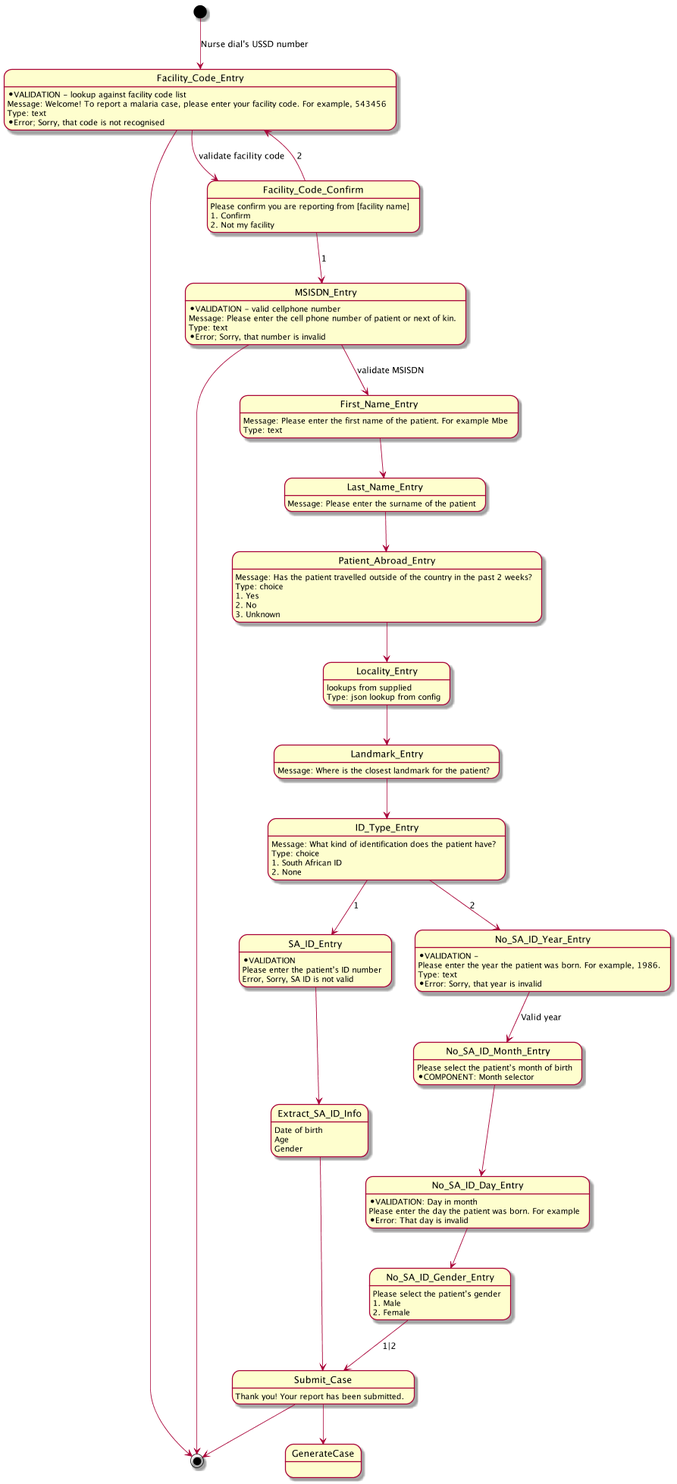
Above: State.png in praekeltfoundation/go-jsbox-malaria24 (PlantUML), before the change. Source of this version:
```plantuml
@startuml
scale 900 width


[*] --> Facility_Code_Entry : Nurse dial's USSD number

Facility_Code_Entry : *VALIDATION - lookup against facility code list
Facility_Code_Entry : Message: Welcome! To report a malaria case, please enter your facility code. For example, 543456
Facility_Code_Entry : Type: text
Facility_Code_Entry : *Error; Sorry, that code is not recognised
Facility_Code_Entry --> [*]
Facility_Code_Entry --> Facility_Code_Confirm : validate facility code

Facility_Code_Confirm : Please confirm you are reporting from [facility name]
Facility_Code_Confirm : 1. Confirm
Facility_Code_Confirm : 2. Not my facility
Facility_Code_Confirm --> MSISDN_Entry : 1
Facility_Code_Confirm --> Facility_Code_Entry : 2

MSISDN_Entry : *VALIDATION - valid cellphone number
MSISDN_Entry : Message: Please enter the cell phone number of patient or next of kin.
MSISDN_Entry : Type: text
MSISDN_Entry : *Error; Sorry, that number is invalid
MSISDN_Entry --> [*]
MSISDN_Entry --> First_Name_Entry : validate MSISDN

First_Name_Entry : Message: Please enter the first name of the patient. For example Mbe
First_Name_Entry : Type: text
First_Name_Entry --> Last_Name_Entry

Last_Name_Entry : Message: Please enter the surname of the patient
Last_Name_Entry --> Patient_Abroad_Entry

Patient_Abroad_Entry : Message: Has the patient travelled outside of the country in the past 2 weeks?
Patient_Abroad_Entry: Type: choice
Patient_Abroad_Entry: 1. Yes
Patient_Abroad_Entry : 2. No
Patient_Abroad_Entry : 3. Unknown
Patient_Abroad_Entry --> Locality_Entry

Locality_Entry : lookups from supplied
Locality_Entry : Type: json lookup from config
Locality_Entry --> Landmark_Entry


Landmark_Entry: Message: Where is the closest landmark for the patient?
Landmark_Entry --> ID_Type_Entry

ID_Type_Entry : Message: What kind of identification does the patient have?
ID_Type_Entry : Type: choice
ID_Type_Entry : 1. South African ID
ID_Type_Entry : 2. None
ID_Type_Entry --> SA_ID_Entry : 1
ID_Type_Entry --> No_SA_ID_Year_Entry : 2

No_SA_ID_Year_Entry : *VALIDATION -
No_SA_ID_Year_Entry : Please enter the year the patient was born. For example, 1986.
No_SA_ID_Year_Entry : Type: text
No_SA_ID_Year_Entry : *Error: Sorry, that year is invalid

No_SA_ID_Year_Entry --> No_SA_ID_Month_Entry : Valid year
No_SA_ID_Month_Entry : Please select the patient?s month of birth
No_SA_ID_Month_Entry : * COMPONENT: Month selector
No_SA_ID_Month_Entry --> No_SA_ID_Day_Entry

No_SA_ID_Day_Entry : *VALIDATION: Day in month
No_SA_ID_Day_Entry : Please enter the day the patient was born. For example
No_SA_ID_Day_Entry : *Error: That day is invalid
No_SA_ID_Day_Entry --> No_SA_ID_Gender_Entry

No_SA_ID_Gender_Entry : Please select the patient?s gender
No_SA_ID_Gender_Entry : 1. Male
No_SA_ID_Gender_Entry : 2. Female
No_SA_ID_Gender_Entry --> Submit_Case : 1|2

SA_ID_Entry : *VALIDATION
SA_ID_Entry : Please enter the patient?s ID number
SA_ID_Entry: Error, Sorry, SA ID is not valid
SA_ID_Entry --> Extract_SA_ID_Info

Extract_SA_ID_Info --> Submit_Case
Extract_SA_ID_Info : Date of birth
Extract_SA_ID_Info : Age
Extract_SA_ID_Info : Gender

Submit_Case --> [*]

Submit_Case: Thank you! Your report has been submitted.
Submit_Case --> GenerateCase

@enduml
```
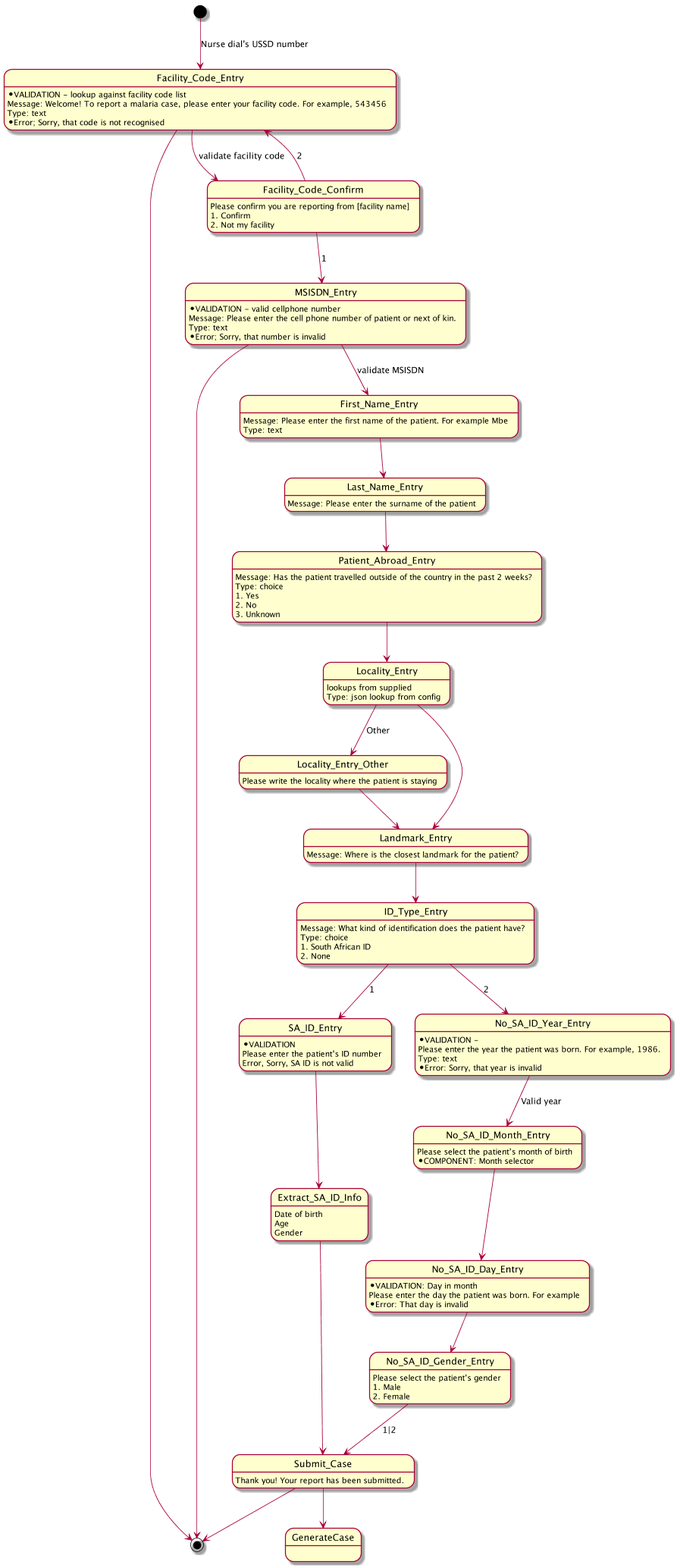
Later version of the same file.

Commit message:
Adds locality entry other state

As per the flows

As per M24H-16 in jira.

Diff of the diagram source:
```diff
@@ -40,8 +40,11 @@
 
 Locality_Entry : lookups from supplied
 Locality_Entry : Type: json lookup from config
+Locality_Entry --> Locality_Entry_Other : Other
 Locality_Entry --> Landmark_Entry
 
+Locality_Entry_Other : Please write the locality where the patient is staying
+Locality_Entry_Other --> Landmark_Entry
 
 Landmark_Entry: Message: Where is the closest landmark for the patient?
 Landmark_Entry --> ID_Type_Entry
```
